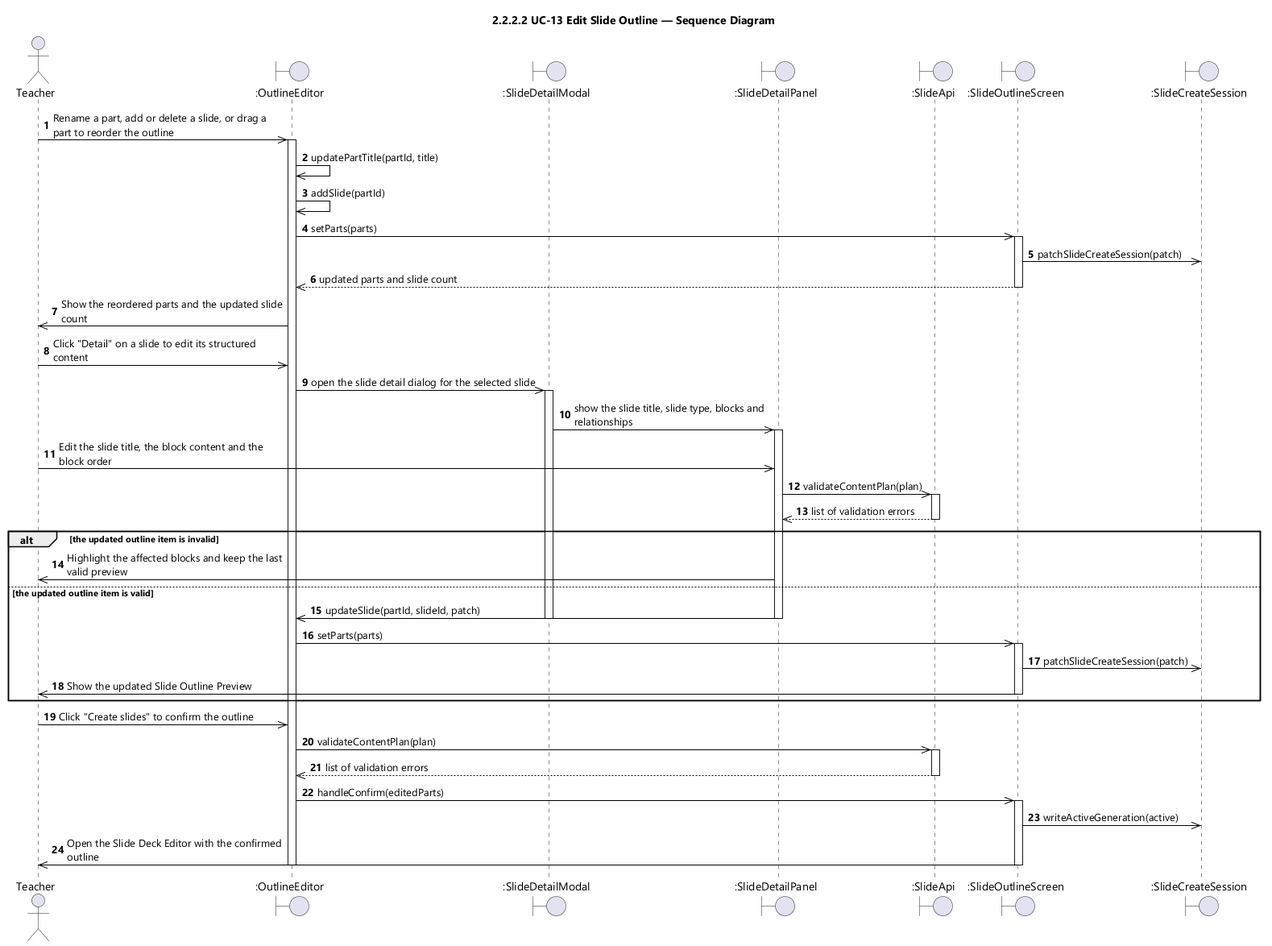
The PlantUML diagram designs/sds-diagrams/uc13/uc13-sequence-diagram-icon.png in EduA-system/EduA-system, before a commit. Source of this version:
```plantuml
@startuml UC-13 Edit Slide Outline - Sequence Diagram (icon)
skinparamlocked dpi 96
skinparam defaultFontName "Segoe UI"
skinparam shadowing false
skinparam ParticipantBackgroundColor #FFFFFF
skinparam ParticipantBorderColor #000000
skinparam ArrowColor #000000
skinparam sequenceMessageAlign left
skinparam maxMessageSize 280
title 2.2.2.2 UC-13 Edit Slide Outline — Sequence Diagram

actor Teacher
boundary ":OutlineEditor" as OE
boundary ":SlideDetailModal" as MODAL
boundary ":SlideDetailPanel" as PANEL
boundary ":SlideApi" as API
boundary ":SlideOutlineScreen" as SCR
boundary ":SlideCreateSession" as SESSION

autonumber
Teacher ->> OE : Rename a part, add or delete a slide, or drag a part to reorder the outline
activate OE
OE ->> OE : updatePartTitle(partId, title)
OE ->> OE : addSlide(partId)
OE ->> SCR : setParts(parts)
activate SCR
SCR ->> SESSION : patchSlideCreateSession(patch)
SCR -->> OE : updated parts and slide count
deactivate SCR
OE ->> Teacher : Show the reordered parts and the updated slide count

Teacher ->> OE : Click "Detail" on a slide to edit its structured content
OE ->> MODAL : open the slide detail dialog for the selected slide
activate MODAL
MODAL ->> PANEL : show the slide title, slide type, blocks and relationships
activate PANEL
Teacher ->> PANEL : Edit the slide title, the block content and the block order
PANEL ->> API : validateContentPlan(plan)
activate API
API -->> PANEL : list of validation errors
deactivate API

alt the updated outline item is invalid
  PANEL ->> Teacher : Highlight the affected blocks and keep the last valid preview
else the updated outline item is valid
  PANEL ->> OE : updateSlide(partId, slideId, patch)
  deactivate PANEL
  deactivate MODAL
  OE ->> SCR : setParts(parts)
  activate SCR
  SCR ->> SESSION : patchSlideCreateSession(patch)
  SCR ->> Teacher : Show the updated Slide Outline Preview
  deactivate SCR
end

Teacher ->> OE : Click "Create slides" to confirm the outline
OE ->> API : validateContentPlan(plan)
activate API
API -->> OE : list of validation errors
deactivate API
OE ->> SCR : handleConfirm(editedParts)
activate SCR
SCR ->> SESSION : writeActiveGeneration(active)
SCR ->> Teacher : Open the Slide Deck Editor with the confirmed outline
deactivate SCR
deactivate OE
@enduml
```
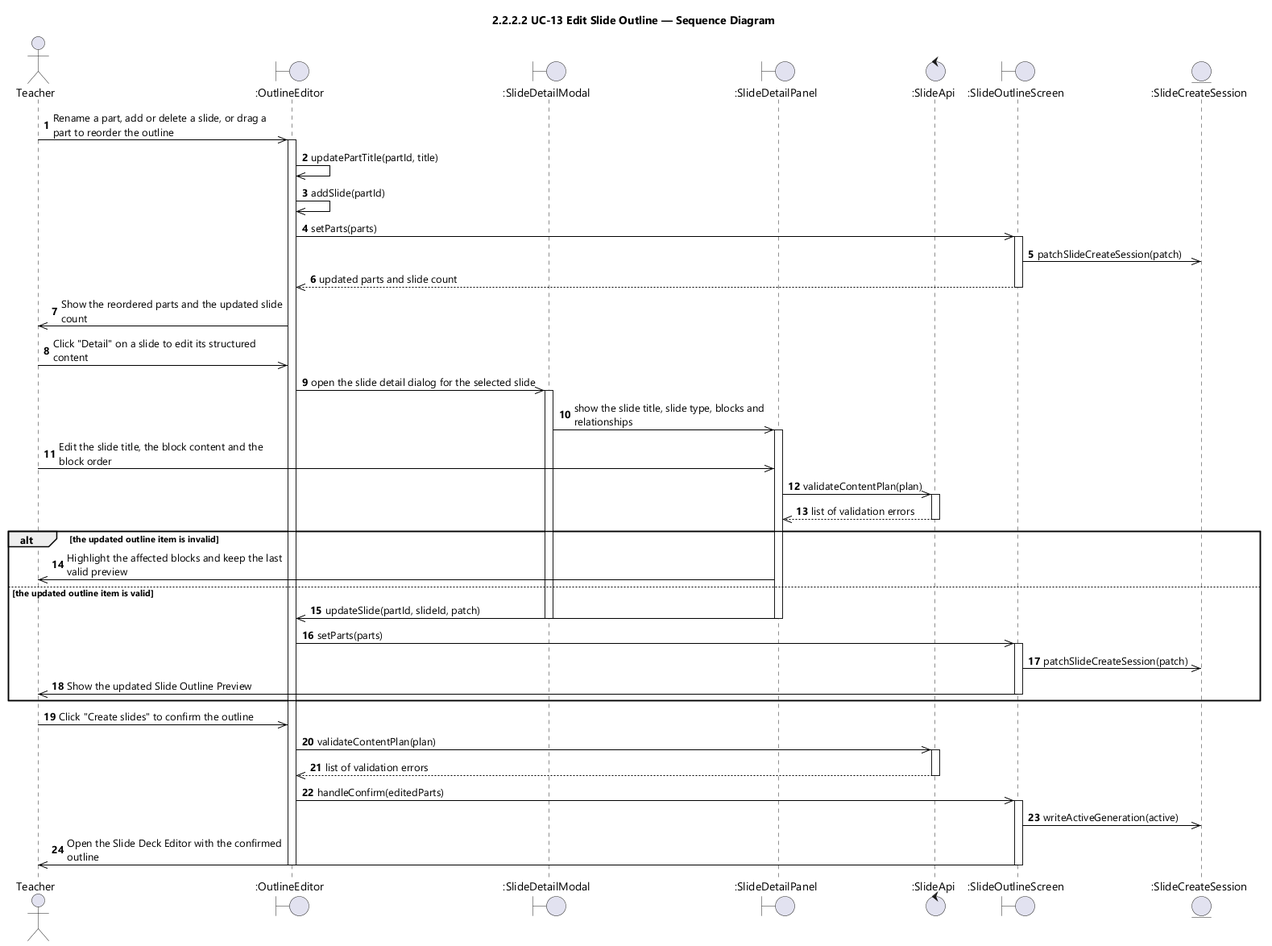
Later version of the same file.

The edit, as a diff of the source:
```diff
@@ -13,9 +13,9 @@
 boundary ":OutlineEditor" as OE
 boundary ":SlideDetailModal" as MODAL
 boundary ":SlideDetailPanel" as PANEL
-boundary ":SlideApi" as API
+control ":SlideApi" as API
 boundary ":SlideOutlineScreen" as SCR
-boundary ":SlideCreateSession" as SESSION
+entity ":SlideCreateSession" as SESSION
 
 autonumber
 Teacher ->> OE : Rename a part, add or delete a slide, or drag a part to reorder the outline
```
